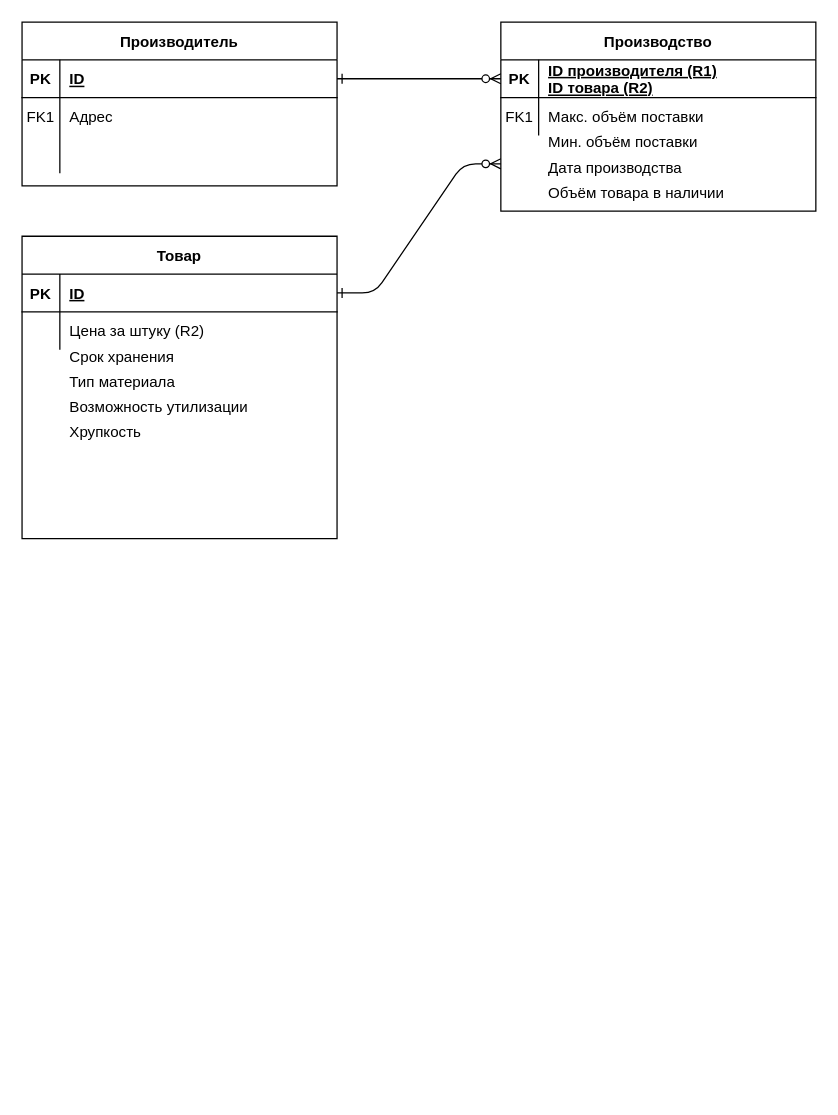
Wact/nstu-fami-7semester-dbes-project keeps this draw.io diagram as docs/diagrams/ER.drawio. Above is the earlier version. Source tidied: cells renumbered, new cells numbered last; positions are measured from the earlier drawing's top-left corner, leaving out a move shared by most shapes. Both pictures are drawn from the tidied source at 126%, with x=0, y=0 at pixel (21, 21).
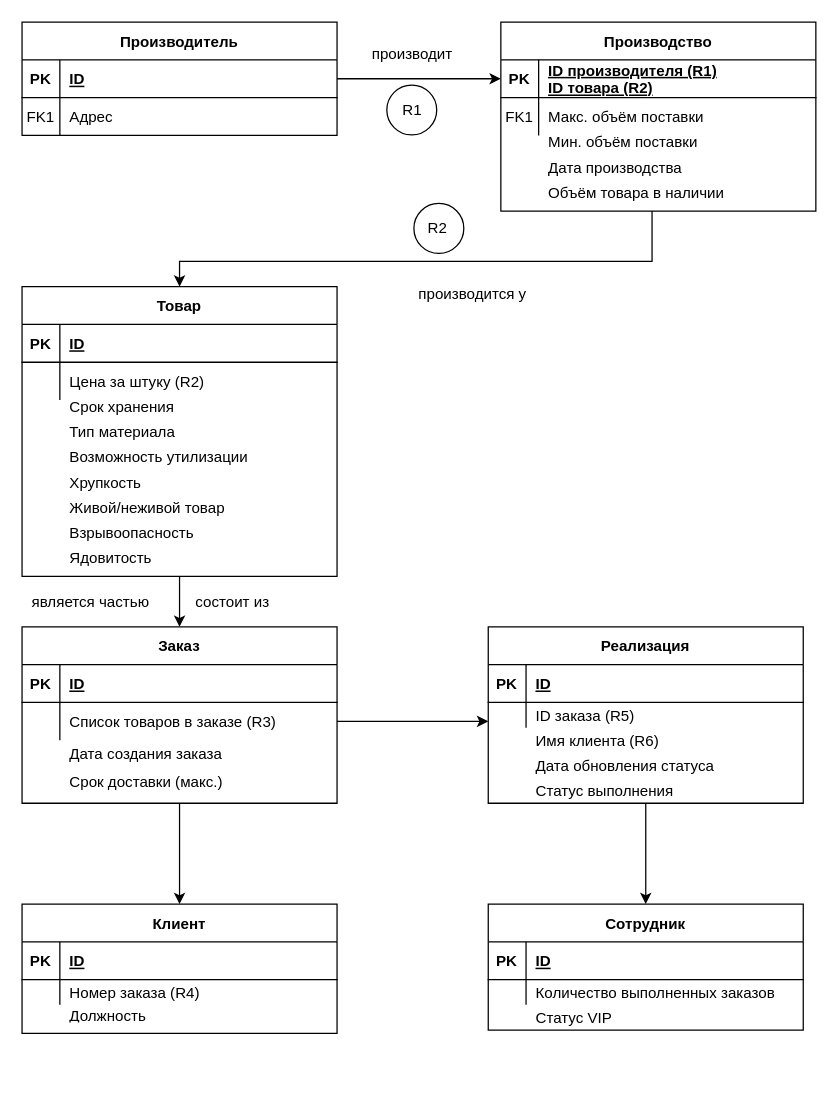
The same diagram, later.

The change refers to these unchanged cells:
```xml
<mxCell id="5" style="shape=partialRectangle;fillColor=none;points=[[0,0.5],[1,0.5]];portConstraint=eastwest;top=0;left=0;right=0;bottom=1;" parent="4" vertex="1">
  <mxGeometry y="30" width="250" height="30" as="geometry" />
</mxCell>
<mxCell id="22" value="Производство" style="shape=table;startSize=30;childLayout=tableLayout;rowLines=0;fontStyle=1;align=center;" parent="21" vertex="1">
  <mxGeometry width="250" height="150" as="geometry" />
</mxCell>
<mxCell id="23" style="shape=partialRectangle;fillColor=none;points=[[0,0.5],[1,0.5]];portConstraint=eastwest;top=0;left=0;right=0;bottom=1;" parent="22" vertex="1">
  <mxGeometry y="30" width="250" height="30" as="geometry" />
</mxCell>
```

Diff of the diagram source:
```diff
@@
-    <mxCell id="2" style="edgeStyle=entityRelationEdgeStyle;endArrow=ERzeroToMany;startArrow=ERone;endFill=1;startFill=0;entryX=0;entryY=0.75;entryDx=0;entryDy=0;" parent="1" edge="1" source="15" target="22">
-      <mxGeometry relative="1" as="geometry" />
-    </mxCell>
-    <mxCell id="3" style="edgeStyle=entityRelationEdgeStyle;endArrow=ERzeroToMany;startArrow=ERone;endFill=1;startFill=0;entryX=0;entryY=0.5;entryDx=0;entryDy=0;" parent="1" edge="1" source="5" target="23">
-      <mxGeometry relative="1" as="geometry" />
-    </mxCell>
     <mxCell id="4" value="Производитель" style="shape=table;startSize=30;childLayout=tableLayout;rowLines=0;fontStyle=1;align=center;" parent="1" vertex="1">
-      <mxGeometry width="250" height="130" as="geometry" />
+      <mxGeometry width="250" height="90" as="geometry" />
     </mxCell>
@@
-    <mxCell id="11" style="shape=partialRectangle;fillColor=none;top=0;left=0;right=0;bottom=0;" parent="4" vertex="1">
-      <mxGeometry y="90" width="250" height="30" as="geometry" />
-    </mxCell>
-    <mxCell id="12" style="shape=partialRectangle;overflow=hidden;fillColor=none;top=0;left=0;bottom=0;right=0;" parent="11" vertex="1">
-      <mxGeometry width="30" height="30" as="geometry" />
-    </mxCell>
-    <mxCell id="13" style="shape=partialRectangle;overflow=hidden;fillColor=none;top=0;left=0;bottom=0;right=0;align=left;spacingLeft=6;" parent="11" vertex="1">
-      <mxGeometry x="30" width="220" height="30" as="geometry" />
-    </mxCell>
-    <mxCell id="14" value="Товар" style="shape=table;startSize=30;childLayout=tableLayout;rowLines=0;fontStyle=1;align=center;" parent="1" vertex="1">
-      <mxGeometry y="170" width="250" height="240" as="geometry" />
-    </mxCell>
-    <mxCell id="15" style="shape=partialRectangle;fillColor=none;points=[[0,0.5],[1,0.5]];portConstraint=eastwest;top=0;left=0;right=0;bottom=1;" parent="14" vertex="1">
-      <mxGeometry y="30" width="250" height="30" as="geometry" />
-    </mxCell>
-    <mxCell id="16" value="PK" style="shape=partialRectangle;overflow=hidden;fillColor=none;top=0;left=0;bottom=0;right=0;fontStyle=1;" parent="15" vertex="1">
-      <mxGeometry width="30" height="30" as="geometry" />
-    </mxCell>
-    <mxCell id="17" value="ID" style="shape=partialRectangle;overflow=hidden;fillColor=none;top=0;left=0;bottom=0;right=0;align=left;spacingLeft=6;fontStyle=5;" parent="15" vertex="1">
-      <mxGeometry x="30" width="220" height="30" as="geometry" />
-    </mxCell>
-    <mxCell id="18" style="shape=partialRectangle;fillColor=none;top=0;left=0;right=0;bottom=0;" parent="14" vertex="1">
-      <mxGeometry y="60" width="250" height="30" as="geometry" />
-    </mxCell>
-    <mxCell id="19" style="shape=partialRectangle;overflow=hidden;fillColor=none;top=0;left=0;bottom=0;right=0;" parent="18" vertex="1">
-      <mxGeometry width="30" height="30" as="geometry" />
-    </mxCell>
-    <mxCell id="20" value="Цена за штуку (R2)" style="shape=partialRectangle;overflow=hidden;fillColor=none;top=0;left=0;bottom=0;right=0;align=left;spacingLeft=6;" parent="18" vertex="1">
-      <mxGeometry x="30" width="220" height="30" as="geometry" />
-    </mxCell>
@@
+    <mxCell id="36" style="group;" parent="1" vertex="1">
+      <mxGeometry y="210" width="250" height="230" as="geometry" />
+    </mxCell>
+    <mxCell id="14" value="Товар" style="shape=table;startSize=30;childLayout=tableLayout;rowLines=0;fontStyle=1;align=center;" parent="36" vertex="1">
+      <mxGeometry width="250" height="230" as="geometry" />
+    </mxCell>
+    <mxCell id="15" style="shape=partialRectangle;fillColor=none;points=[[0,0.5],[1,0.5]];portConstraint=eastwest;top=0;left=0;right=0;bottom=1;" parent="14" vertex="1">
+      <mxGeometry y="30" width="250" height="30" as="geometry" />
+    </mxCell>
+    <mxCell id="16" value="PK" style="shape=partialRectangle;overflow=hidden;fillColor=none;top=0;left=0;bottom=0;right=0;fontStyle=1;" parent="15" vertex="1">
+      <mxGeometry width="30" height="30" as="geometry" />
+    </mxCell>
+    <mxCell id="17" value="ID" style="shape=partialRectangle;overflow=hidden;fillColor=none;top=0;left=0;bottom=0;right=0;align=left;spacingLeft=6;fontStyle=5;" parent="15" vertex="1">
+      <mxGeometry x="30" width="220" height="30" as="geometry" />
+    </mxCell>
+    <mxCell id="18" style="shape=partialRectangle;fillColor=none;top=0;left=0;right=0;bottom=0;" parent="14" vertex="1">
+      <mxGeometry y="60" width="250" height="30" as="geometry" />
+    </mxCell>
+    <mxCell id="19" style="shape=partialRectangle;overflow=hidden;fillColor=none;top=0;left=0;bottom=0;right=0;" parent="18" vertex="1">
+      <mxGeometry width="30" height="30" as="geometry" />
+    </mxCell>
+    <mxCell id="20" value="Цена за штуку (R2)" style="shape=partialRectangle;overflow=hidden;fillColor=none;top=0;left=0;bottom=0;right=0;align=left;spacingLeft=6;" parent="18" vertex="1">
+      <mxGeometry x="30" width="220" height="30" as="geometry" />
+    </mxCell>
-    <mxCell id="32" value="Срок хранения" style="shape=partialRectangle;overflow=hidden;fillColor=none;top=0;left=0;bottom=0;right=0;align=left;spacingLeft=6;" parent="1" vertex="1">
-      <mxGeometry x="30" y="250" width="220" height="30" as="geometry" />
+    <mxCell id="32" value="Срок хранения" style="shape=partialRectangle;overflow=hidden;fillColor=none;top=0;left=0;bottom=0;right=0;align=left;spacingLeft=6;" parent="36" vertex="1">
+      <mxGeometry x="30" y="80" width="220" height="30" as="geometry" />
     </mxCell>
-    <mxCell id="33" value="Тип материала" style="shape=partialRectangle;overflow=hidden;fillColor=none;top=0;left=0;bottom=0;right=0;align=left;spacingLeft=6;" parent="1" vertex="1">
-      <mxGeometry x="30" y="270" width="220" height="30" as="geometry" />
+    <mxCell id="33" value="Тип материала" style="shape=partialRectangle;overflow=hidden;fillColor=none;top=0;left=0;bottom=0;right=0;align=left;spacingLeft=6;" parent="36" vertex="1">
+      <mxGeometry x="30" y="100" width="220" height="30" as="geometry" />
     </mxCell>
-    <mxCell id="34" value="Возможность утилизации" style="shape=partialRectangle;overflow=hidden;fillColor=none;top=0;left=0;bottom=0;right=0;align=left;spacingLeft=6;" parent="1" vertex="1">
-      <mxGeometry x="30" y="290" width="220" height="30" as="geometry" />
+    <mxCell id="34" value="Возможность утилизации" style="shape=partialRectangle;overflow=hidden;fillColor=none;top=0;left=0;bottom=0;right=0;align=left;spacingLeft=6;" parent="36" vertex="1">
+      <mxGeometry x="30" y="120" width="220" height="30" as="geometry" />
     </mxCell>
-    <mxCell id="35" value="Хрупкость" style="shape=partialRectangle;overflow=hidden;fillColor=none;top=0;left=0;bottom=0;right=0;align=left;spacingLeft=6;" parent="1" vertex="1">
-      <mxGeometry x="30" y="310" width="220" height="30" as="geometry" />
+    <mxCell id="35" value="Хрупкость" style="shape=partialRectangle;overflow=hidden;fillColor=none;top=0;left=0;bottom=0;right=0;align=left;spacingLeft=6;" parent="36" vertex="1">
+      <mxGeometry x="30" y="140" width="220" height="30" as="geometry" />
     </mxCell>
+    <mxCell id="37" value="Живой/неживой товар" style="shape=partialRectangle;overflow=hidden;fillColor=none;top=0;left=0;bottom=0;right=0;align=left;spacingLeft=6;" parent="36" vertex="1">
+      <mxGeometry x="30" y="160" width="220" height="30" as="geometry" />
+    </mxCell>
+    <mxCell id="38" value="Взрывоопасность" style="shape=partialRectangle;overflow=hidden;fillColor=none;top=0;left=0;bottom=0;right=0;align=left;spacingLeft=6;" parent="36" vertex="1">
+      <mxGeometry x="30" y="180" width="220" height="30" as="geometry" />
+    </mxCell>
+    <mxCell id="39" value="Ядовитость" style="shape=partialRectangle;overflow=hidden;fillColor=none;top=0;left=0;bottom=0;right=0;align=left;spacingLeft=6;" parent="36" vertex="1">
+      <mxGeometry x="30" y="200" width="220" height="30" as="geometry" />
+    </mxCell>
+    <mxCell id="40" style="group;" parent="1" vertex="1">
+      <mxGeometry y="480" width="250" height="140" as="geometry" />
+    </mxCell>
+    <mxCell id="41" value="Заказ" style="shape=table;startSize=30;childLayout=tableLayout;rowLines=0;fontStyle=1;align=center;" parent="40" vertex="1">
+      <mxGeometry width="250" height="140" as="geometry" />
+    </mxCell>
+    <mxCell id="42" style="shape=partialRectangle;fillColor=none;top=0;left=0;right=0;bottom=1;" parent="41" vertex="1">
+      <mxGeometry y="30" width="250" height="30" as="geometry" />
+    </mxCell>
+    <mxCell id="43" value="PK" style="shape=partialRectangle;overflow=hidden;fillColor=none;top=0;left=0;bottom=0;right=0;fontStyle=1;" parent="42" vertex="1">
+      <mxGeometry width="30" height="30" as="geometry" />
+    </mxCell>
+    <mxCell id="44" value="ID" style="shape=partialRectangle;overflow=hidden;fillColor=none;top=0;left=0;bottom=0;right=0;align=left;spacingLeft=6;fontStyle=5;" parent="42" vertex="1">
+      <mxGeometry x="30" width="220" height="30" as="geometry" />
+    </mxCell>
+    <mxCell id="45" style="shape=partialRectangle;fillColor=none;points=[[0,0.5],[1,0.5]];portConstraint=eastwest;top=0;left=0;right=0;bottom=0;" parent="41" vertex="1">
+      <mxGeometry y="60" width="250" height="30" as="geometry" />
+    </mxCell>
+    <mxCell id="12" style="shape=partialRectangle;overflow=hidden;fillColor=none;top=0;left=0;bottom=0;right=0;" parent="45" vertex="1">
+      <mxGeometry width="30" height="30" as="geometry" />
+    </mxCell>
+    <mxCell id="46" value="Список товаров в заказе (R3)" style="shape=partialRectangle;overflow=hidden;fillColor=none;top=0;left=0;bottom=0;right=0;align=left;spacingLeft=6;" parent="45" vertex="1">
+      <mxGeometry x="30" width="220" height="30" as="geometry" />
+    </mxCell>
+    <mxCell id="47" value="Дата создания заказа" style="shape=partialRectangle;overflow=hidden;fillColor=none;top=0;left=0;bottom=0;right=0;align=left;spacingLeft=6;" parent="40" vertex="1">
+      <mxGeometry x="30" y="90" width="220" height="20" as="geometry" />
+    </mxCell>
+    <mxCell id="48" value="Срок доставки (макс.)" style="shape=partialRectangle;overflow=hidden;fillColor=none;top=0;left=0;bottom=0;right=0;align=left;spacingLeft=6;" parent="40" vertex="1">
+      <mxGeometry x="30" y="110" width="220" height="25.5" as="geometry" />
+    </mxCell>
+    <mxCell id="49" style="endArrow=classic;html=1;rounded=0;edgeStyle=orthogonalEdgeStyle;entryX=0.5;entryY=0;entryDx=0;entryDy=0;" parent="1" edge="1" target="41">
+      <mxGeometry relative="1" as="geometry">
+        <mxPoint x="125" y="440" as="sourcePoint" />
+        <Array as="points">
+          <mxPoint x="125" y="440" />
+          <mxPoint x="125" y="440" />
+        </Array>
+      </mxGeometry>
+    </mxCell>
+    <mxCell id="50" style="group;" parent="1" vertex="1">
+      <mxGeometry x="370" y="480" width="250" height="150" as="geometry" />
+    </mxCell>
+    <mxCell id="51" value="Реализация" style="shape=table;startSize=30;childLayout=tableLayout;rowLines=0;fontStyle=1;align=center;" parent="50" vertex="1">
+      <mxGeometry width="250" height="140" as="geometry" />
+    </mxCell>
+    <mxCell id="52" style="shape=partialRectangle;fillColor=none;top=0;left=0;right=0;bottom=1;" parent="51" vertex="1">
+      <mxGeometry y="30" width="250" height="30" as="geometry" />
+    </mxCell>
+    <mxCell id="53" value="PK" style="shape=partialRectangle;overflow=hidden;fillColor=none;top=0;left=0;bottom=0;right=0;fontStyle=1;" parent="52" vertex="1">
+      <mxGeometry width="30" height="30" as="geometry" />
+    </mxCell>
+    <mxCell id="54" value="ID" style="shape=partialRectangle;overflow=hidden;fillColor=none;top=0;left=0;bottom=0;right=0;align=left;spacingLeft=6;fontStyle=5;" parent="52" vertex="1">
+      <mxGeometry x="30" width="220" height="30" as="geometry" />
+    </mxCell>
+    <mxCell id="55" style="shape=partialRectangle;fillColor=none;top=0;left=0;right=0;bottom=0;" parent="51" vertex="1">
+      <mxGeometry y="60" width="250" height="20" as="geometry" />
+    </mxCell>
+    <mxCell id="56" style="shape=partialRectangle;overflow=hidden;fillColor=none;top=0;left=0;bottom=0;right=0;" parent="55" vertex="1">
+      <mxGeometry width="30" height="20" as="geometry" />
+    </mxCell>
+    <mxCell id="57" value="ID заказа (R5)" style="shape=partialRectangle;overflow=hidden;fillColor=none;top=0;left=0;bottom=0;right=0;align=left;spacingLeft=6;" parent="55" vertex="1">
+      <mxGeometry x="30" width="220" height="20" as="geometry" />
+    </mxCell>
+    <mxCell id="58" value="Имя клиента (R6)" style="shape=partialRectangle;overflow=hidden;fillColor=none;top=0;left=0;bottom=0;right=0;align=left;spacingLeft=6;" parent="50" vertex="1">
+      <mxGeometry x="30" y="80.4" width="220" height="19.6" as="geometry" />
+    </mxCell>
+    <mxCell id="59" value="Дата обновления статуса" style="shape=partialRectangle;overflow=hidden;fillColor=none;top=0;left=0;bottom=0;right=0;align=left;spacingLeft=6;" parent="50" vertex="1">
+      <mxGeometry x="30" y="100" width="220" height="19.6" as="geometry" />
+    </mxCell>
+    <mxCell id="60" value="Статус выполнения" style="shape=partialRectangle;overflow=hidden;fillColor=none;top=0;left=0;bottom=0;right=0;align=left;spacingLeft=6;" parent="50" vertex="1">
+      <mxGeometry x="30" y="120" width="220" height="19.6" as="geometry" />
+    </mxCell>
+    <mxCell id="61" style="endArrow=classic;html=1;rounded=0;edgeStyle=orthogonalEdgeStyle;exitX=1;exitY=0.5;exitDx=0;exitDy=0;" parent="1" edge="1" source="45">
+      <mxGeometry relative="1" as="geometry">
+        <mxPoint x="370" y="555" as="targetPoint" />
+        <Array as="points">
+          <mxPoint x="370" y="555" />
+        </Array>
+      </mxGeometry>
+    </mxCell>
+    <mxCell id="62" style="endArrow=classic;html=1;rounded=0;edgeStyle=orthogonalEdgeStyle;entryX=0.5;entryY=0;entryDx=0;entryDy=0;" parent="1" edge="1" target="14">
+      <mxGeometry relative="1" as="geometry">
+        <mxPoint x="500" y="150" as="sourcePoint" />
+        <Array as="points">
+          <mxPoint x="500" y="190" />
+          <mxPoint x="125" y="190" />
+        </Array>
+      </mxGeometry>
+    </mxCell>
+    <mxCell id="3" style="edgeStyle=orthogonalEdgeStyle;rounded=0;jettySize=auto;html=1;exitX=1;exitY=0.5;exitDx=0;exitDy=0;entryX=0;entryY=0.5;entryDx=0;entryDy=0;" parent="1" edge="1" source="5" target="23">
+      <mxGeometry relative="1" as="geometry" />
+    </mxCell>
+    <mxCell id="63" style="group;" parent="1" vertex="1">
+      <mxGeometry y="700" width="250" height="110" as="geometry" />
+    </mxCell>
+    <mxCell id="64" value="Клиент" style="shape=table;startSize=30;childLayout=tableLayout;rowLines=0;fontStyle=1;align=center;" parent="63" vertex="1">
+      <mxGeometry width="250" height="102.7" as="geometry" />
+    </mxCell>
+    <mxCell id="65" style="shape=partialRectangle;fillColor=none;top=0;left=0;right=0;bottom=1;" parent="64" vertex="1">
+      <mxGeometry y="30" width="250" height="30" as="geometry" />
+    </mxCell>
+    <mxCell id="66" value="PK" style="shape=partialRectangle;overflow=hidden;fillColor=none;top=0;left=0;bottom=0;right=0;fontStyle=1;" parent="65" vertex="1">
+      <mxGeometry width="30" height="30" as="geometry" />
+    </mxCell>
+    <mxCell id="67" value="ID" style="shape=partialRectangle;overflow=hidden;fillColor=none;top=0;left=0;bottom=0;right=0;align=left;spacingLeft=6;fontStyle=5;" parent="65" vertex="1">
+      <mxGeometry x="30" width="220" height="30" as="geometry" />
+    </mxCell>
+    <mxCell id="68" style="shape=partialRectangle;fillColor=none;top=0;left=0;right=0;bottom=0;" parent="64" vertex="1">
+      <mxGeometry y="60" width="250" height="20" as="geometry" />
+    </mxCell>
+    <mxCell id="69" style="shape=partialRectangle;overflow=hidden;fillColor=none;top=0;left=0;bottom=0;right=0;" parent="68" vertex="1">
+      <mxGeometry width="30" height="20" as="geometry" />
+    </mxCell>
+    <mxCell id="70" value="Номер заказа (R4)" style="shape=partialRectangle;overflow=hidden;fillColor=none;top=0;left=0;bottom=0;right=0;align=left;spacingLeft=6;" parent="68" vertex="1">
+      <mxGeometry x="30" width="220" height="20" as="geometry" />
+    </mxCell>
+    <mxCell id="71" value="Должность" style="shape=partialRectangle;overflow=hidden;fillColor=none;top=0;left=0;bottom=0;right=0;align=left;spacingLeft=6;" parent="63" vertex="1">
+      <mxGeometry x="30" y="80" width="220" height="14.3" as="geometry" />
+    </mxCell>
+    <mxCell id="72" style="group;" parent="1" vertex="1">
+      <mxGeometry x="370" y="700" width="250" height="150" as="geometry" />
+    </mxCell>
+    <mxCell id="73" value="Сотрудник" style="shape=table;startSize=30;childLayout=tableLayout;rowLines=0;fontStyle=1;align=center;" parent="72" vertex="1">
+      <mxGeometry width="250" height="100" as="geometry" />
+    </mxCell>
+    <mxCell id="74" style="shape=partialRectangle;fillColor=none;top=0;left=0;right=0;bottom=1;" parent="73" vertex="1">
+      <mxGeometry y="30" width="250" height="30" as="geometry" />
+    </mxCell>
+    <mxCell id="75" value="PK" style="shape=partialRectangle;overflow=hidden;fillColor=none;top=0;left=0;bottom=0;right=0;fontStyle=1;" parent="74" vertex="1">
+      <mxGeometry width="30" height="30" as="geometry" />
+    </mxCell>
+    <mxCell id="76" value="ID" style="shape=partialRectangle;overflow=hidden;fillColor=none;top=0;left=0;bottom=0;right=0;align=left;spacingLeft=6;fontStyle=5;" parent="74" vertex="1">
+      <mxGeometry x="30" width="220" height="30" as="geometry" />
+    </mxCell>
+    <mxCell id="77" style="shape=partialRectangle;fillColor=none;top=0;left=0;right=0;bottom=0;" parent="73" vertex="1">
+      <mxGeometry y="60" width="250" height="20" as="geometry" />
+    </mxCell>
+    <mxCell id="78" style="shape=partialRectangle;overflow=hidden;fillColor=none;top=0;left=0;bottom=0;right=0;" parent="77" vertex="1">
+      <mxGeometry width="30" height="20" as="geometry" />
+    </mxCell>
+    <mxCell id="79" value="Количество выполненных заказов" style="shape=partialRectangle;overflow=hidden;fillColor=none;top=0;left=0;bottom=0;right=0;align=left;spacingLeft=6;" parent="77" vertex="1">
+      <mxGeometry x="30" width="220" height="20" as="geometry" />
+    </mxCell>
+    <mxCell id="80" value="Статус VIP" style="shape=partialRectangle;overflow=hidden;fillColor=none;top=0;left=0;bottom=0;right=0;align=left;spacingLeft=6;" parent="72" vertex="1">
+      <mxGeometry x="30" y="80.4" width="220" height="19.6" as="geometry" />
+    </mxCell>
+    <mxCell id="81" style="endArrow=classic;html=1;rounded=0;edgeStyle=orthogonalEdgeStyle;exitX=0.5;exitY=1;exitDx=0;exitDy=0;entryX=0.5;entryY=0;entryDx=0;entryDy=0;" parent="1" edge="1" source="51" target="73">
+      <mxGeometry relative="1" as="geometry" />
+    </mxCell>
+    <mxCell id="82" style="endArrow=classic;html=1;rounded=0;edgeStyle=orthogonalEdgeStyle;exitX=0.5;exitY=1;exitDx=0;exitDy=0;entryX=0.5;entryY=0;entryDx=0;entryDy=0;" parent="1" edge="1" source="41" target="64">
+      <mxGeometry relative="1" as="geometry" />
+    </mxCell>
+    <mxCell id="83" value="производит" style="shape=partialRectangle;overflow=hidden;fillColor=none;top=0;left=0;bottom=0;right=0;align=left;spacingLeft=6;" parent="1" vertex="1">
+      <mxGeometry x="270" y="10" width="85" height="30" as="geometry" />
+    </mxCell>
+    <mxCell id="84" style="group;" parent="1" vertex="1">
+      <mxGeometry x="285.5" y="50" width="47.5" height="40" as="geometry" />
+    </mxCell>
+    <mxCell id="85" style="ellipse;whiteSpace=wrap;html=1;labelBackgroundColor=#FFFFFF;align=left;" parent="84" vertex="1">
+      <mxGeometry x="4" width="39.6" height="39.6" as="geometry" />
+    </mxCell>
+    <mxCell id="86" value="R1" style="text;html=1;strokeColor=none;fillColor=none;align=center;verticalAlign=middle;whiteSpace=wrap;rounded=0;labelBackgroundColor=#FFFFFF;" parent="84" vertex="1">
+      <mxGeometry y="8" width="47.5" height="24" as="geometry" />
+    </mxCell>
+    <mxCell id="87" style="group;" parent="1" vertex="1">
+      <mxGeometry x="307" y="144" width="47.5" height="40" as="geometry" />
+    </mxCell>
+    <mxCell id="88" style="ellipse;whiteSpace=wrap;html=1;labelBackgroundColor=#FFFFFF;align=left;" parent="87" vertex="1">
+      <mxGeometry x="4" width="39.6" height="39.6" as="geometry" />
+    </mxCell>
+    <mxCell id="89" value="R2" style="text;html=1;strokeColor=none;fillColor=none;align=center;verticalAlign=middle;whiteSpace=wrap;rounded=0;labelBackgroundColor=#FFFFFF;" parent="87" vertex="1">
+      <mxGeometry x="-1" y="8" width="47.5" height="24" as="geometry" />
+    </mxCell>
+    <mxCell id="90" value="производится у" style="shape=partialRectangle;overflow=hidden;fillColor=none;top=0;left=0;bottom=0;right=0;align=left;spacingLeft=6;" parent="1" vertex="1">
+      <mxGeometry x="307" y="200" width="113" height="30" as="geometry" />
+    </mxCell>
+    <mxCell id="91" value="состоит из" style="shape=partialRectangle;overflow=hidden;fillColor=none;top=0;left=0;bottom=0;right=0;align=left;spacingLeft=6;" parent="1" vertex="1">
+      <mxGeometry x="130" y="450" width="90" height="20" as="geometry" />
+    </mxCell>
+    <mxCell id="92" value="является частью" style="shape=partialRectangle;overflow=hidden;fillColor=none;top=0;left=0;bottom=0;right=0;align=left;spacingLeft=6;" parent="1" vertex="1">
+      <mxGeometry y="445" width="113" height="30" as="geometry" />
+    </mxCell>
```
